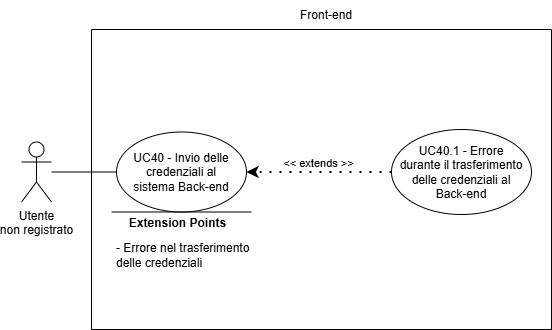
The draw.io diagram assets/diagrams/UC40.png in SkarabGroup/DocumentazioneProgetto, before a commit. Source tidied: cells renumbered, new cells last; positions are measured from the earlier drawing's top-left corner, leaving out a move shared by most shapes. The source it was exported from:
```xml
<mxGraphModel>
  <root>
    <mxCell id="0" />
    <mxCell id="1" parent="0" />
    <mxCell id="2" value="Utente&lt;div&gt;non&amp;nbsp;&lt;span style=&quot;background-color: transparent; color: light-dark(rgb(0, 0, 0), rgb(255, 255, 255));&quot;&gt;registrato&lt;/span&gt;&lt;/div&gt;" style="shape=umlActor;verticalLabelPosition=bottom;verticalAlign=top;html=1;outlineConnect=0;align=center;" parent="1" vertex="1">
      <mxGeometry y="141.5" width="30" height="60" as="geometry" />
    </mxCell>
    <mxCell id="3" style="swimlane;startSize=0;" parent="1" vertex="1">
      <mxGeometry x="70" y="29" width="460" height="300" as="geometry" />
    </mxCell>
    <mxCell id="4" style="ellipse;whiteSpace=wrap;html=1;" parent="3" vertex="1">
      <mxGeometry x="25" y="102.5" width="130" height="80" as="geometry" />
    </mxCell>
    <mxCell id="5" style="ellipse;whiteSpace=wrap;html=1;" parent="3" vertex="1">
      <mxGeometry x="300" y="100" width="140" height="85" as="geometry" />
    </mxCell>
    <mxCell id="6" style="endArrow=none;html=1;rounded=0;" parent="3" edge="1">
      <mxGeometry relative="1" as="geometry">
        <mxPoint x="20" y="182.5" as="sourcePoint" />
        <mxPoint x="160" y="182.5" as="targetPoint" />
      </mxGeometry>
    </mxCell>
    <mxCell id="7" value="&lt;b&gt;&lt;font style=&quot;font-size: 12px;&quot;&gt;Extension Points&lt;/font&gt;&lt;/b&gt;" style="edgeLabel;html=1;align=center;verticalAlign=middle;" parent="6" vertex="1">
      <mxGeometry x="0.65" relative="1" as="geometry">
        <mxPoint x="-50" y="11" as="offset" />
      </mxGeometry>
    </mxCell>
    <mxCell id="8" value="&lt;font style=&quot;font-size: 12px;&quot;&gt;- Errore nel trasferimento delle credenziali&lt;/font&gt;" style="text;html=1;align=left;verticalAlign=middle;whiteSpace=wrap;rounded=0;" parent="3" vertex="1">
      <mxGeometry x="22.5" y="210.5" width="137.5" height="30" as="geometry" />
    </mxCell>
    <mxCell id="9" value="&lt;div style=&quot;&quot;&gt;&lt;span style=&quot;background-color: transparent; color: light-dark(rgb(0, 0, 0), rgb(255, 255, 255));&quot;&gt;UC40 - Invio delle credenziali al sistema Back-end&lt;/span&gt;&lt;/div&gt;" style="text;html=1;align=center;verticalAlign=middle;whiteSpace=wrap;rounded=0;" parent="3" vertex="1">
      <mxGeometry x="35" y="107.5" width="110" height="70" as="geometry" />
    </mxCell>
    <mxCell id="10" value="UC40.1 - Errore durante il trasferimento delle credenziali al Back-end" style="text;html=1;align=center;verticalAlign=middle;whiteSpace=wrap;rounded=0;" parent="3" vertex="1">
      <mxGeometry x="305" y="107.5" width="130" height="70" as="geometry" />
    </mxCell>
    <mxCell id="11" value="&amp;lt;&amp;lt; extends &amp;gt;&amp;gt;" style="endArrow=classic;startArrow=none;endFill=1;startFill=0;html=1;verticalAlign=bottom;dashed=1;labelBackgroundColor=none;rounded=0;dashPattern=1 4;curved=0;endSize=6;strokeWidth=2;exitX=0;exitY=0.5;exitDx=0;exitDy=0;entryX=1;entryY=0.5;entryDx=0;entryDy=0;" parent="3" edge="1" source="5" target="4">
      <mxGeometry relative="1" as="geometry" />
    </mxCell>
    <mxCell id="12" value="Front-end" style="text;html=1;align=center;verticalAlign=middle;whiteSpace=wrap;rounded=0;" parent="1" vertex="1">
      <mxGeometry x="275" width="60" height="30" as="geometry" />
    </mxCell>
    <mxCell id="13" style="endArrow=none;html=1;rounded=0;entryX=0;entryY=0.5;entryDx=0;entryDy=0;" parent="1" edge="1" source="2" target="4">
      <mxGeometry relative="1" as="geometry" />
    </mxCell>
  </root>
</mxGraphModel>
```
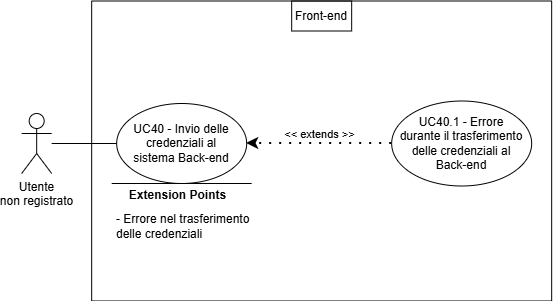
The same diagram one commit later.

What changed in the source:
```diff
@@ -5,40 +5,40 @@
     <mxCell id="2" value="Utente&lt;div&gt;non&amp;nbsp;&lt;span style=&quot;background-color: transparent; color: light-dark(rgb(0, 0, 0), rgb(255, 255, 255));&quot;&gt;registrato&lt;/span&gt;&lt;/div&gt;" style="shape=umlActor;verticalLabelPosition=bottom;verticalAlign=top;html=1;outlineConnect=0;align=center;" parent="1" vertex="1">
       <mxGeometry y="141.5" width="30" height="60" as="geometry" />
     </mxCell>
-    <mxCell id="3" style="swimlane;startSize=0;" parent="1" vertex="1">
-      <mxGeometry x="70" y="29" width="460" height="300" as="geometry" />
-    </mxCell>
+    <mxCell id="14" style="swimlane;startSize=0;" parent="1" vertex="1">
+      <mxGeometry x="70" y="29" width="460" height="300" as="geometry" />
+    </mxCell>
-    <mxCell id="4" style="ellipse;whiteSpace=wrap;html=1;" parent="3" vertex="1">
+    <mxCell id="4" style="ellipse;whiteSpace=wrap;html=1;" parent="14" vertex="1">
       <mxGeometry x="25" y="102.5" width="130" height="80" as="geometry" />
     </mxCell>
-    <mxCell id="5" style="ellipse;whiteSpace=wrap;html=1;" parent="3" vertex="1">
+    <mxCell id="5" style="ellipse;whiteSpace=wrap;html=1;" parent="14" vertex="1">
       <mxGeometry x="300" y="100" width="140" height="85" as="geometry" />
     </mxCell>
-    <mxCell id="6" style="endArrow=none;html=1;rounded=0;" parent="3" edge="1">
-      <mxGeometry relative="1" as="geometry">
-        <mxPoint x="20" y="182.5" as="sourcePoint" />
-        <mxPoint x="160" y="182.5" as="targetPoint" />
-      </mxGeometry>
-    </mxCell>
+    <mxCell id="15" style="endArrow=none;html=1;rounded=0;" parent="14" edge="1">
+      <mxGeometry relative="1" as="geometry">
+        <mxPoint x="20" y="182.5" as="sourcePoint" />
+        <mxPoint x="160" y="182.5" as="targetPoint" />
+      </mxGeometry>
+    </mxCell>
-    <mxCell id="7" value="&lt;b&gt;&lt;font style=&quot;font-size: 12px;&quot;&gt;Extension Points&lt;/font&gt;&lt;/b&gt;" style="edgeLabel;html=1;align=center;verticalAlign=middle;" parent="6" vertex="1">
+    <mxCell id="7" value="&lt;b&gt;&lt;font style=&quot;font-size: 12px;&quot;&gt;Extension Points&lt;/font&gt;&lt;/b&gt;" style="edgeLabel;html=1;align=center;verticalAlign=middle;" parent="15" vertex="1">
       <mxGeometry x="0.65" relative="1" as="geometry">
         <mxPoint x="-50" y="11" as="offset" />
       </mxGeometry>
     </mxCell>
-    <mxCell id="8" value="&lt;font style=&quot;font-size: 12px;&quot;&gt;- Errore nel trasferimento delle credenziali&lt;/font&gt;" style="text;html=1;align=left;verticalAlign=middle;whiteSpace=wrap;rounded=0;" parent="3" vertex="1">
+    <mxCell id="8" value="&lt;font style=&quot;font-size: 12px;&quot;&gt;- Errore nel trasferimento delle credenziali&lt;/font&gt;" style="text;html=1;align=left;verticalAlign=middle;whiteSpace=wrap;rounded=0;" parent="14" vertex="1">
       <mxGeometry x="22.5" y="210.5" width="137.5" height="30" as="geometry" />
     </mxCell>
-    <mxCell id="9" value="&lt;div style=&quot;&quot;&gt;&lt;span style=&quot;background-color: transparent; color: light-dark(rgb(0, 0, 0), rgb(255, 255, 255));&quot;&gt;UC40 - Invio delle credenziali al sistema Back-end&lt;/span&gt;&lt;/div&gt;" style="text;html=1;align=center;verticalAlign=middle;whiteSpace=wrap;rounded=0;" parent="3" vertex="1">
+    <mxCell id="9" value="&lt;div style=&quot;&quot;&gt;&lt;span style=&quot;background-color: transparent; color: light-dark(rgb(0, 0, 0), rgb(255, 255, 255));&quot;&gt;UC40 - Invio delle credenziali al sistema Back-end&lt;/span&gt;&lt;/div&gt;" style="text;html=1;align=center;verticalAlign=middle;whiteSpace=wrap;rounded=0;" parent="14" vertex="1">
       <mxGeometry x="35" y="107.5" width="110" height="70" as="geometry" />
     </mxCell>
-    <mxCell id="10" value="UC40.1 - Errore durante il trasferimento delle credenziali al Back-end" style="text;html=1;align=center;verticalAlign=middle;whiteSpace=wrap;rounded=0;" parent="3" vertex="1">
+    <mxCell id="10" value="UC40.1 - Errore durante il trasferimento delle credenziali al Back-end" style="text;html=1;align=center;verticalAlign=middle;whiteSpace=wrap;rounded=0;" parent="14" vertex="1">
       <mxGeometry x="305" y="107.5" width="130" height="70" as="geometry" />
     </mxCell>
-    <mxCell id="11" value="&amp;lt;&amp;lt; extends &amp;gt;&amp;gt;" style="endArrow=classic;startArrow=none;endFill=1;startFill=0;html=1;verticalAlign=bottom;dashed=1;labelBackgroundColor=none;rounded=0;dashPattern=1 4;curved=0;endSize=6;strokeWidth=2;exitX=0;exitY=0.5;exitDx=0;exitDy=0;entryX=1;entryY=0.5;entryDx=0;entryDy=0;" parent="3" edge="1" source="5" target="4">
+    <mxCell id="11" value="&amp;lt;&amp;lt; extends &amp;gt;&amp;gt;" style="endArrow=classic;startArrow=none;endFill=1;startFill=0;html=1;verticalAlign=bottom;dashed=1;labelBackgroundColor=none;rounded=0;dashPattern=1 4;curved=0;endSize=6;strokeWidth=2;exitX=0;exitY=0.5;exitDx=0;exitDy=0;entryX=1;entryY=0.5;entryDx=0;entryDy=0;" parent="14" edge="1" source="5" target="4">
       <mxGeometry relative="1" as="geometry" />
     </mxCell>
-    <mxCell id="12" value="Front-end" style="text;html=1;align=center;verticalAlign=middle;whiteSpace=wrap;rounded=0;" parent="1" vertex="1">
-      <mxGeometry x="275" width="60" height="30" as="geometry" />
+    <mxCell id="12" value="Front-end" style="text;html=1;align=center;verticalAlign=middle;whiteSpace=wrap;rounded=0;perimeterSpacing=1;strokeColor=default;" parent="14" vertex="1">
+      <mxGeometry x="200" width="60" height="30" as="geometry" />
     </mxCell>
     <mxCell id="13" style="endArrow=none;html=1;rounded=0;entryX=0;entryY=0.5;entryDx=0;entryDy=0;" parent="1" edge="1" source="2" target="4">
       <mxGeometry relative="1" as="geometry" />
```
